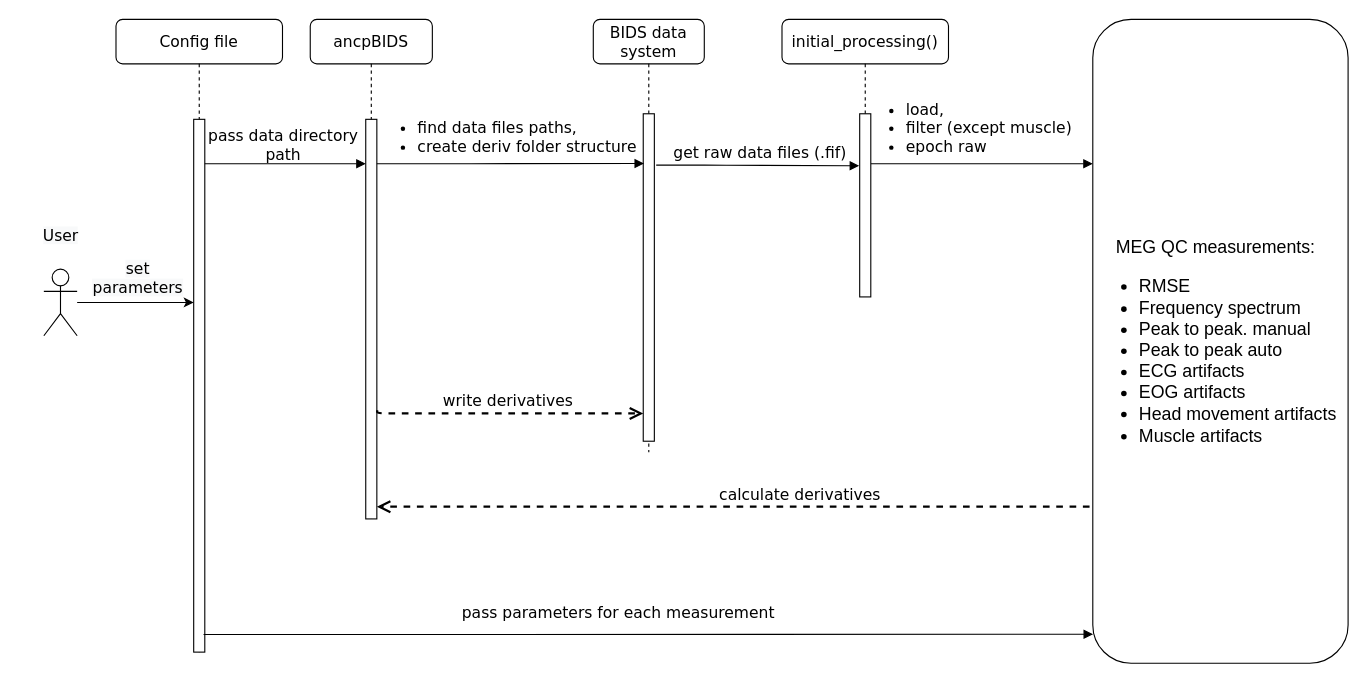
The draw.io diagram docs and diagrams/main_MEG_QC_UML.drawio in oldgandalf/MEGqcJorge, before the edit. Source tidied: cells renumbered, new cells numbered last; positions are measured from the earlier drawing's top-left corner, leaving out a move shared by most shapes. Both pictures are drawn from the tidied source at 111%, with x=0, y=0 at pixel (18, 19).
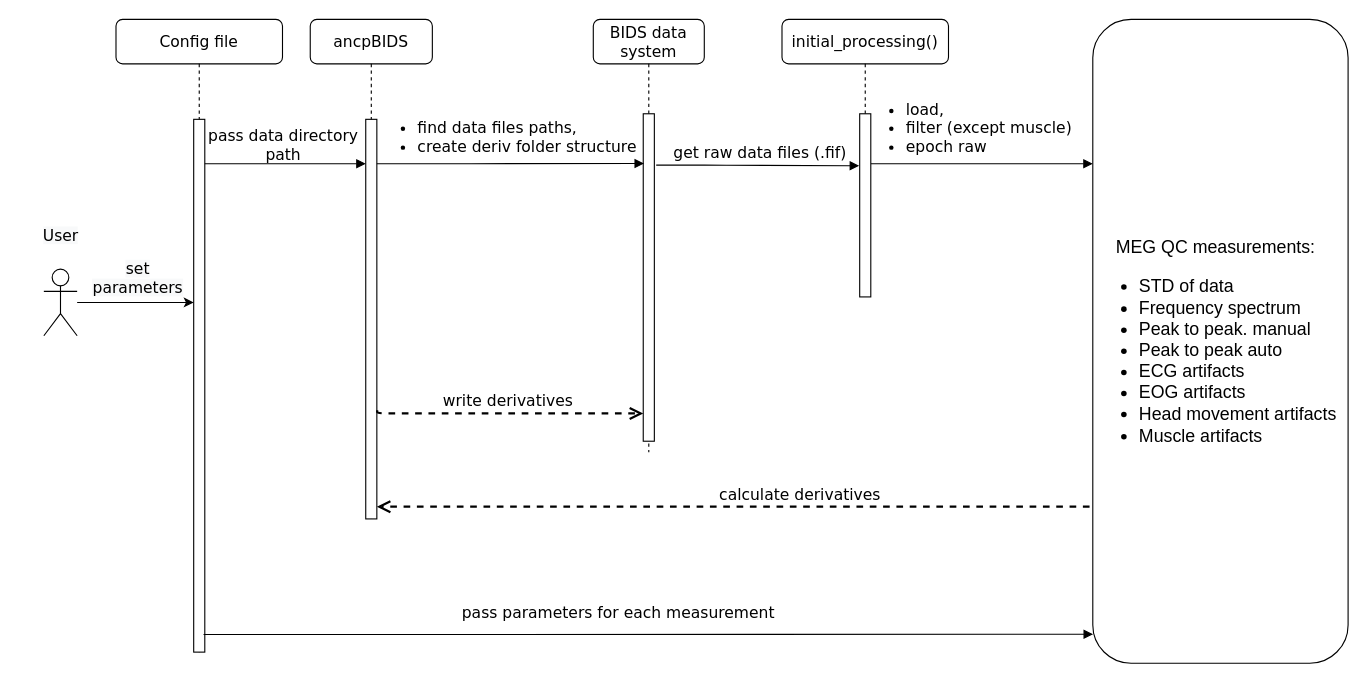
The same page after the edit.

Commit message (it also covers changes not shown here):
making new main UML

Change to the diagram source:
```diff
@@
-    <mxCell id="15" value="&lt;p style=&quot;line-height: 1.2; font-size: 16px;&quot;&gt;&lt;/p&gt;&lt;div style=&quot;text-align: center; font-size: 16px;&quot;&gt;&lt;span style=&quot;background-color: initial; font-size: 16px;&quot;&gt;&lt;font style=&quot;font-size: 16px;&quot;&gt;MEG QC measurements:&lt;/font&gt;&lt;/span&gt;&lt;/div&gt;&lt;ul style=&quot;font-size: 16px;&quot;&gt;&lt;li style=&quot;font-size: 16px;&quot;&gt;&lt;font style=&quot;font-size: 16px;&quot;&gt;RMSE&lt;/font&gt;&lt;/li&gt;&lt;li style=&quot;font-size: 16px;&quot;&gt;&lt;font style=&quot;font-size: 16px;&quot;&gt;Frequency spectrum&lt;/font&gt;&lt;/li&gt;&lt;li style=&quot;font-size: 16px;&quot;&gt;&lt;font style=&quot;font-size: 16px;&quot;&gt;Peak to peak. manual&lt;/font&gt;&lt;/li&gt;&lt;li style=&quot;font-size: 16px;&quot;&gt;&lt;font style=&quot;font-size: 16px;&quot;&gt;Peak to peak auto&lt;/font&gt;&lt;/li&gt;&lt;li style=&quot;font-size: 16px;&quot;&gt;&lt;font style=&quot;font-size: 16px;&quot;&gt;ECG artifacts&lt;/font&gt;&lt;/li&gt;&lt;li style=&quot;font-size: 16px;&quot;&gt;&lt;font style=&quot;font-size: 16px;&quot;&gt;EOG artifacts&lt;/font&gt;&lt;/li&gt;&lt;li style=&quot;font-size: 16px;&quot;&gt;&lt;font style=&quot;font-size: 16px;&quot;&gt;Head movement artifacts&lt;/font&gt;&lt;/li&gt;&lt;li style=&quot;font-size: 16px;&quot;&gt;&lt;font style=&quot;font-size: 16px;&quot;&gt;Muscle artifacts&lt;/font&gt;&lt;/li&gt;&lt;/ul&gt;&lt;p style=&quot;font-size: 16px;&quot;&gt;&lt;/p&gt;" style="rounded=1;whiteSpace=wrap;html=1;align=left;horizontal=1;verticalAlign=middle;fontSize=16;" parent="1" vertex="1">
+    <mxCell id="15" value="&lt;p style=&quot;line-height: 1.2; font-size: 16px;&quot;&gt;&lt;/p&gt;&lt;div style=&quot;text-align: center; font-size: 16px;&quot;&gt;&lt;span style=&quot;background-color: initial; font-size: 16px;&quot;&gt;&lt;font style=&quot;font-size: 16px;&quot;&gt;MEG QC measurements:&lt;/font&gt;&lt;/span&gt;&lt;/div&gt;&lt;ul style=&quot;font-size: 16px;&quot;&gt;&lt;li style=&quot;font-size: 16px;&quot;&gt;STD of data&lt;/li&gt;&lt;li style=&quot;font-size: 16px;&quot;&gt;&lt;font style=&quot;font-size: 16px;&quot;&gt;Frequency spectrum&lt;/font&gt;&lt;/li&gt;&lt;li style=&quot;font-size: 16px;&quot;&gt;&lt;font style=&quot;font-size: 16px;&quot;&gt;Peak to peak. manual&lt;/font&gt;&lt;/li&gt;&lt;li style=&quot;font-size: 16px;&quot;&gt;&lt;font style=&quot;font-size: 16px;&quot;&gt;Peak to peak auto&lt;/font&gt;&lt;/li&gt;&lt;li style=&quot;font-size: 16px;&quot;&gt;&lt;font style=&quot;font-size: 16px;&quot;&gt;ECG artifacts&lt;/font&gt;&lt;/li&gt;&lt;li style=&quot;font-size: 16px;&quot;&gt;&lt;font style=&quot;font-size: 16px;&quot;&gt;EOG artifacts&lt;/font&gt;&lt;/li&gt;&lt;li style=&quot;font-size: 16px;&quot;&gt;&lt;font style=&quot;font-size: 16px;&quot;&gt;Head movement artifacts&lt;/font&gt;&lt;/li&gt;&lt;li style=&quot;font-size: 16px;&quot;&gt;&lt;font style=&quot;font-size: 16px;&quot;&gt;Muscle artifacts&lt;/font&gt;&lt;/li&gt;&lt;/ul&gt;&lt;p style=&quot;font-size: 16px;&quot;&gt;&lt;/p&gt;" style="rounded=1;whiteSpace=wrap;html=1;align=left;horizontal=1;verticalAlign=middle;fontSize=16;" parent="1" vertex="1">
       <mxGeometry x="968" width="230" height="580" as="geometry" />
     </mxCell>
```
